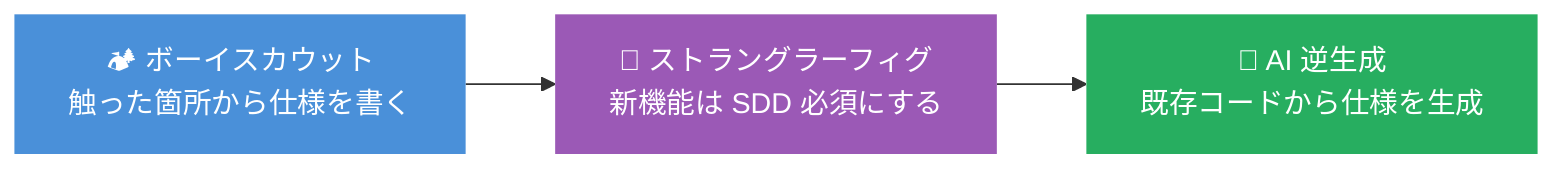
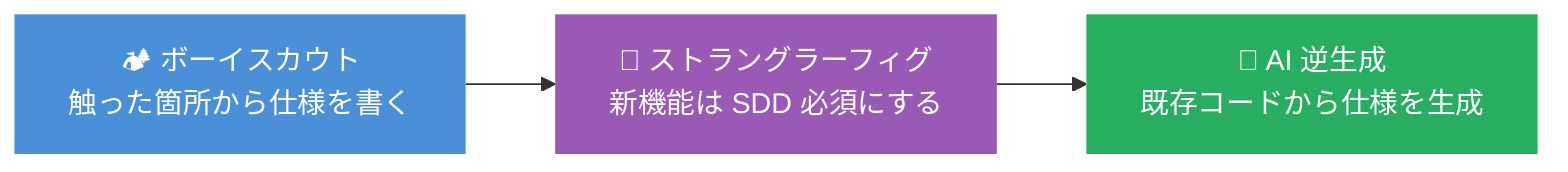
flowchart LR
-     B["🏕️ ボーイスカウット\n触った箇所から仕様を書く"] --> S["🌱 ストラングラーフィグ\n新機能は SDD 必須にする"]
+     B["🏕️ ボーイスカウト\n触った箇所から仕様を書く"] --> S["🌱 ストラングラーフィグ\n新機能は SDD 必須にする"]
    S --> R["🤖 AI 逆生成\n既存コードから仕様を生成"]
    style B fill:#4a90d9,color:#fff,stroke:none
    style S fill:#9b59b6,color:#fff,stroke:none
    style R fill:#27ae60,color:#fff,stroke:none
